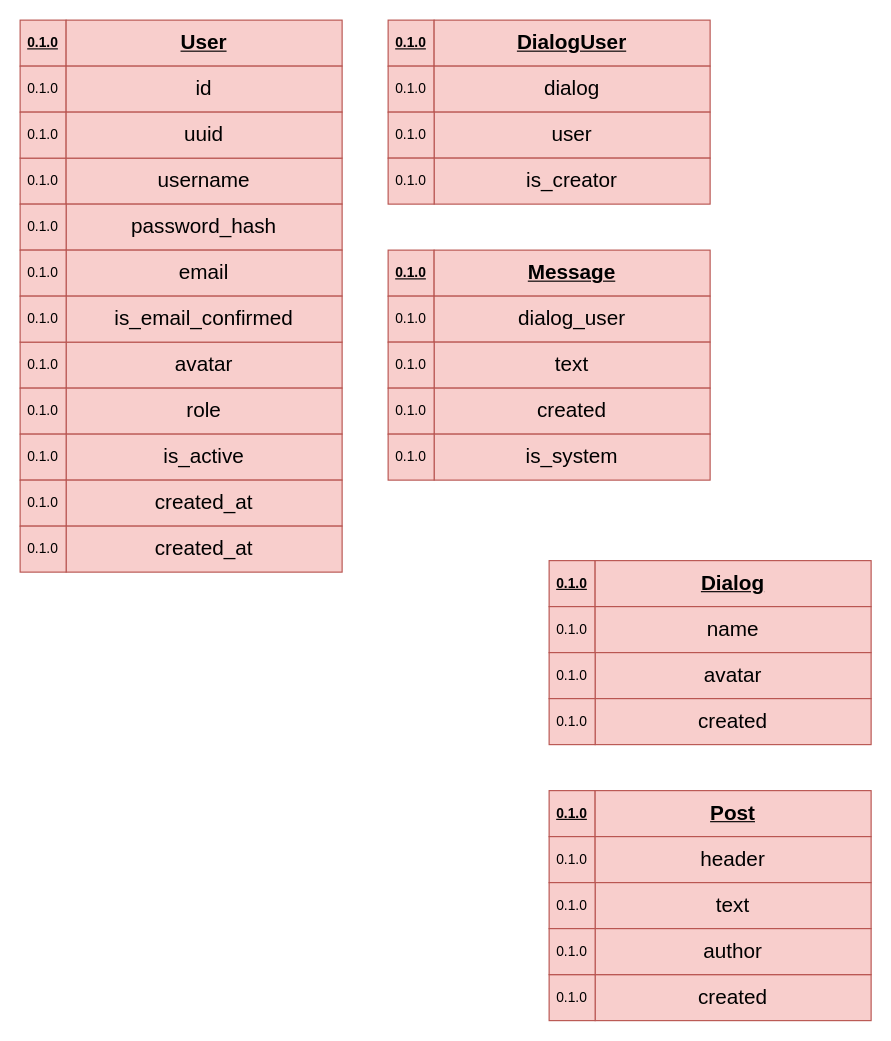
Above: page "Models" (2 of 4) of docs.drawio in UlfSct/bench_be_app (draw.io), before the change. Source tidied: cells renumbered, new cells numbered last; positions are measured from the earlier drawing's top-left corner, leaving out a move shared by most shapes. Both pictures are drawn from the tidied source at 115%, with x=0, y=0 at pixel (20, 20).
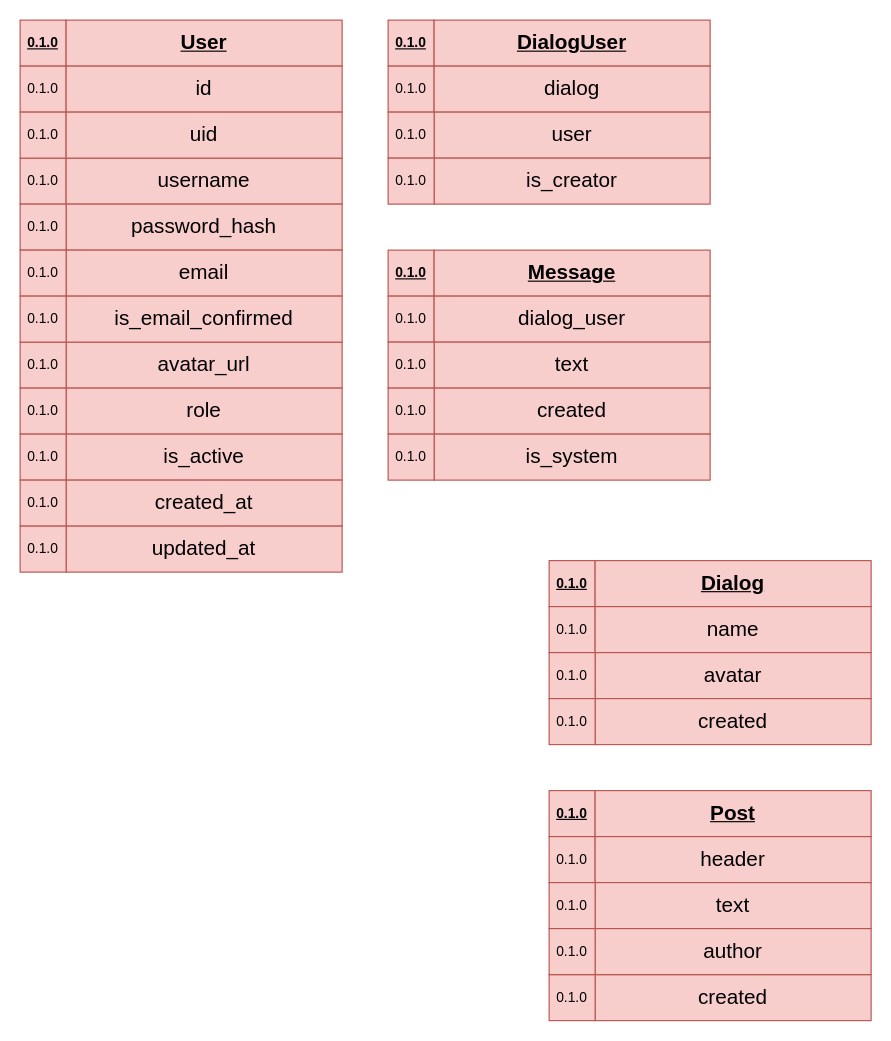
Above is the later version.

What changed in the source:
```diff
@@
-    <mxCell id="10" value="&lt;font style=&quot;font-size: 18px;&quot;&gt;avatar&lt;/font&gt;" style="rounded=0;whiteSpace=wrap;html=1;fillColor=#f8cecc;strokeColor=#b85450;" parent="1" vertex="1">
+    <mxCell id="10" value="&lt;font style=&quot;font-size: 18px;&quot;&gt;avatar_url&lt;/font&gt;" style="rounded=0;whiteSpace=wrap;html=1;fillColor=#f8cecc;strokeColor=#b85450;" parent="1" vertex="1">
       <mxGeometry x="40" y="280" width="240" height="40" as="geometry" />
     </mxCell>
@@
-    <mxCell id="59" value="&lt;span style=&quot;font-size: 18px;&quot;&gt;uuid&lt;/span&gt;" style="rounded=0;whiteSpace=wrap;html=1;fillColor=#f8cecc;strokeColor=#b85450;" parent="1" vertex="1">
+    <mxCell id="59" value="&lt;span style=&quot;font-size: 18px;&quot;&gt;uid&lt;/span&gt;" style="rounded=0;whiteSpace=wrap;html=1;fillColor=#f8cecc;strokeColor=#b85450;" parent="1" vertex="1">
       <mxGeometry x="40" y="80" width="240" height="40" as="geometry" />
     </mxCell>
-    <mxCell id="60" value="&lt;span style=&quot;font-size: 18px;&quot;&gt;created_at&lt;/span&gt;" style="rounded=0;whiteSpace=wrap;html=1;fillColor=#f8cecc;strokeColor=#b85450;" parent="1" vertex="1">
+    <mxCell id="60" value="&lt;span style=&quot;font-size: 18px;&quot;&gt;updated_at&lt;/span&gt;" style="rounded=0;whiteSpace=wrap;html=1;fillColor=#f8cecc;strokeColor=#b85450;" parent="1" vertex="1">
       <mxGeometry x="40" y="440" width="240" height="40" as="geometry" />
     </mxCell>
```
